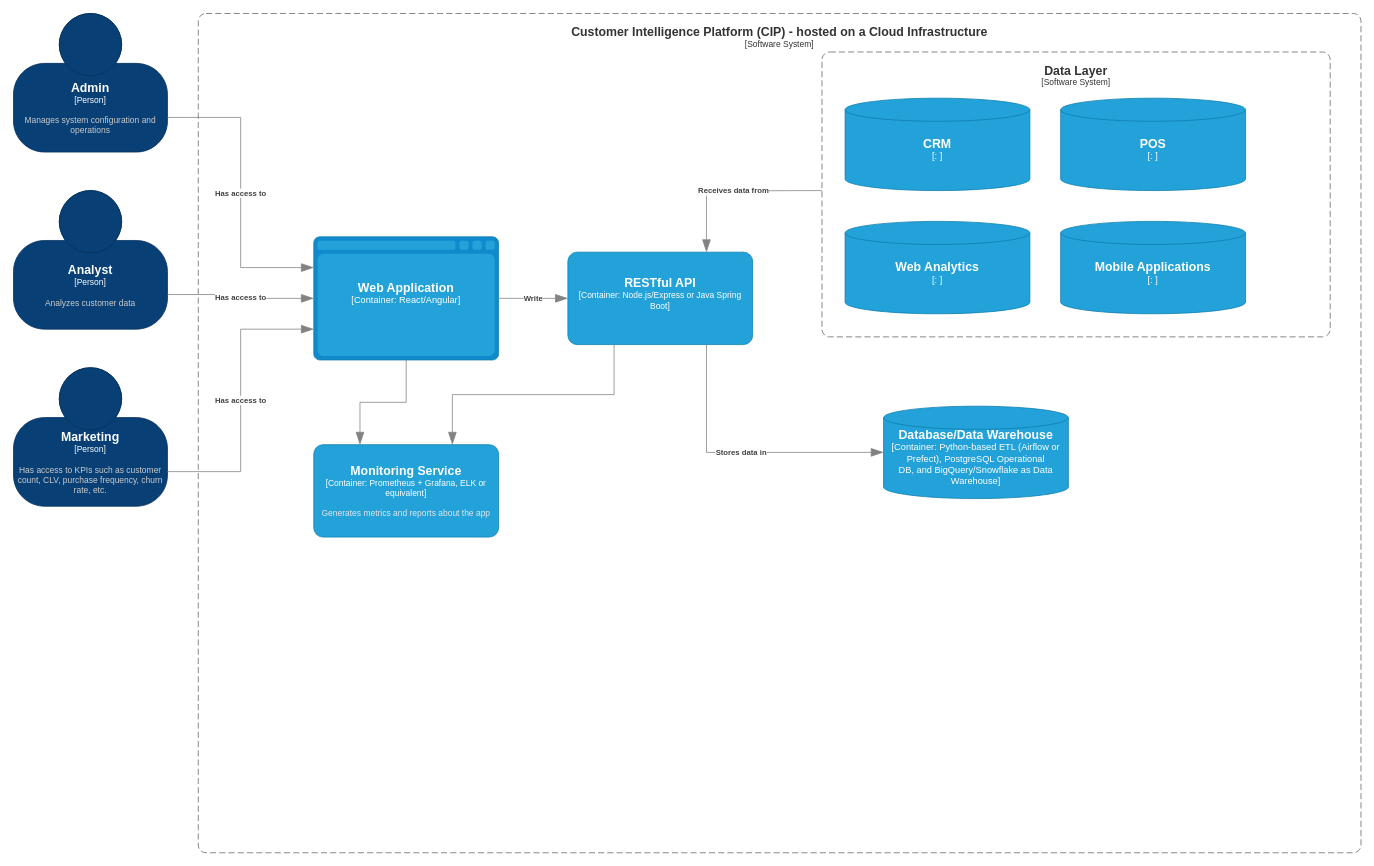
The draw.io diagram page "Container" (2 of 2) of C4Diagrams.drawio in BrassoiCatalin/MockRFP, before the edit. Source tidied: cells renumbered, new cells numbered last; positions are measured from the earlier drawing's top-left corner, leaving out a move shared by most shapes. Both pictures are drawn from the tidied source at 77%, with x=0, y=0 at pixel (13, 13).
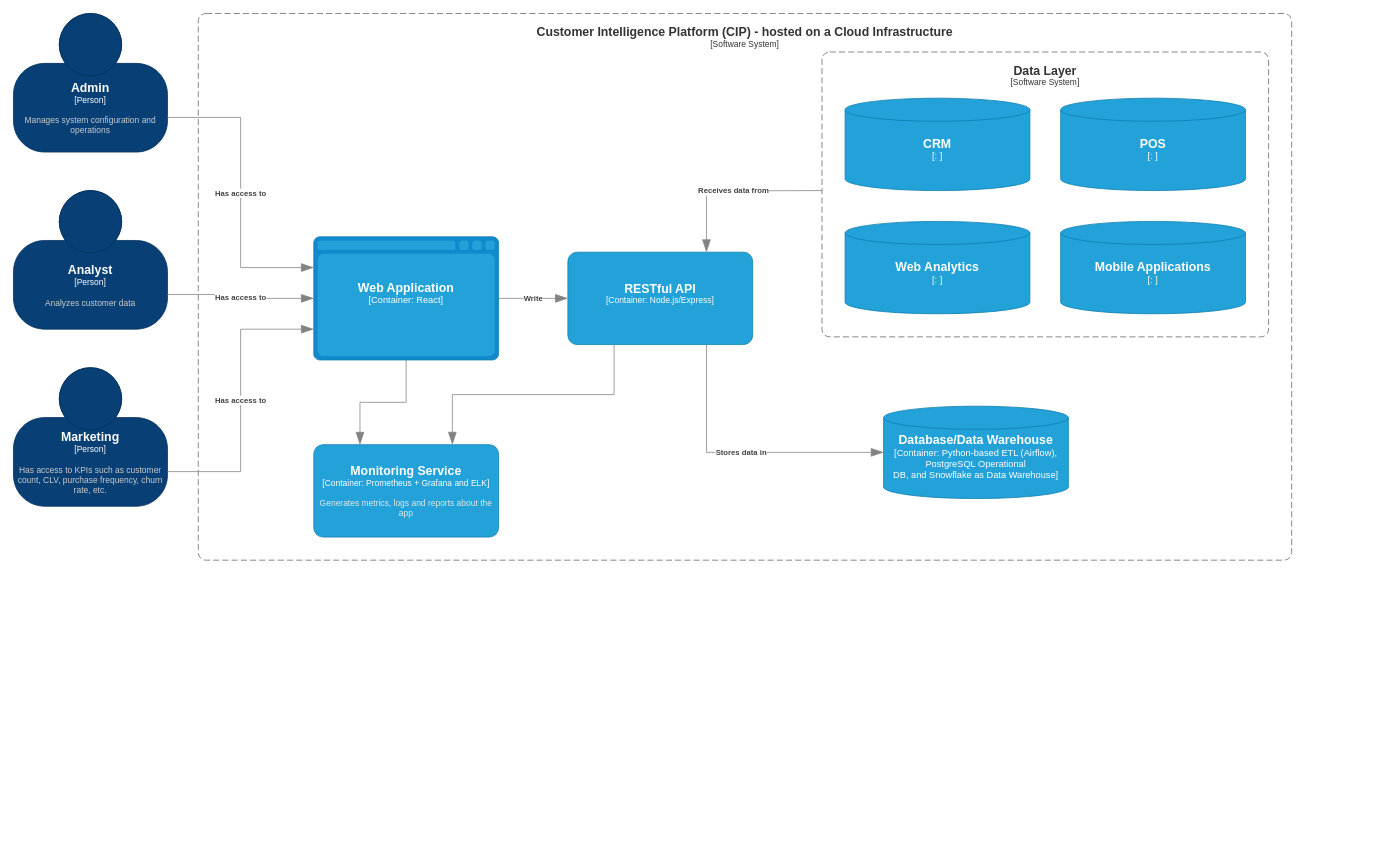
After the change.

What changed in the source:
```diff
@@
     <object id="5" label="&lt;font style=&quot;font-size: 16px&quot;&gt;&lt;b&gt;&lt;div style=&quot;&quot;&gt;%c4Name%&lt;/div&gt;&lt;/b&gt;&lt;/font&gt;&lt;div style=&quot;&quot;&gt;[%c4Application%]&lt;/div&gt;" c4Application="Software System" c4Name="Customer Intelligence Platform (CIP) - hosted on a Cloud Infrastructure" placeholders="1">
       <mxCell style="rounded=1;fontSize=11;whiteSpace=wrap;html=1;dashed=1;arcSize=20;fillColor=none;strokeColor=#666666;fontColor=#333333;labelBackgroundColor=none;align=center;verticalAlign=top;labelBorderColor=none;spacingTop=0;spacing=10;dashPattern=8 4;perimeter=rectanglePerimeter;noLabel=0;labelPadding=0;absoluteArcSize=1;" parent="1" vertex="1">
-        <mxGeometry x="240" width="1510" height="1090" as="geometry" />
+        <mxGeometry x="240" width="1420" height="710" as="geometry" />
       </mxCell>
     </object>
-    <object id="6" label="&lt;font style=&quot;font-size: 16px&quot;&gt;&lt;b&gt;%c4Name%&lt;/b&gt;&lt;/font&gt;&lt;div&gt;[%c4Type%: %c4Technology%]&lt;/div&gt;&lt;br&gt;&lt;div&gt;&lt;font style=&quot;font-size: 11px&quot;&gt;&lt;font color=&quot;#E6E6E6&quot;&gt;%c4Description%&lt;/font&gt;&lt;/div&gt;" c4Description="Generates metrics and reports about the app" c4Name="Monitoring Service" c4Technology="Prometheus + Grafana, ELK or equivalent" c4Type="Container" placeholders="1">
+    <object id="6" label="&lt;font style=&quot;font-size: 16px&quot;&gt;&lt;b&gt;%c4Name%&lt;/b&gt;&lt;/font&gt;&lt;div&gt;[%c4Type%: %c4Technology%]&lt;/div&gt;&lt;br&gt;&lt;div&gt;&lt;font style=&quot;font-size: 11px&quot;&gt;&lt;font color=&quot;#E6E6E6&quot;&gt;%c4Description%&lt;/font&gt;&lt;/div&gt;" c4Description="Generates metrics, logs and reports about the app" c4Name="Monitoring Service" c4Technology="Prometheus + Grafana and ELK" c4Type="Container" placeholders="1">
       <mxCell style="rounded=1;whiteSpace=wrap;html=1;fontSize=11;labelBackgroundColor=none;fillColor=#23A2D9;fontColor=#ffffff;align=center;arcSize=10;strokeColor=#0E7DAD;points=[[0.25,0,0],[0.5,0,0],[0.75,0,0],[1,0.25,0],[1,0.5,0],[1,0.75,0],[0.75,1,0],[0.5,1,0],[0.25,1,0],[0,0.75,0],[0,0.5,0],[0,0.25,0]];" parent="1" vertex="1">
         <mxGeometry x="390" y="560" width="240" height="120" as="geometry" />
       </mxCell>
     </object>
-    <object id="7" label="&lt;font style=&quot;font-size: 16px&quot;&gt;&lt;b&gt;%c4Name%&lt;/b&gt;&lt;/font&gt;&lt;div&gt;[%c4Type%: %c4Technology%]&lt;/div&gt;&lt;br&gt;&lt;div&gt;&lt;font style=&quot;font-size: 11px&quot;&gt;&lt;font color=&quot;#E6E6E6&quot;&gt;%c4Description%&lt;/font&gt;&lt;/div&gt;" c4Description="" c4Name="RESTful API" c4Technology="Node.js/Express or Java Spring Boot" c4Type="Container" placeholders="1">
+    <object id="7" label="&lt;font style=&quot;font-size: 16px&quot;&gt;&lt;b&gt;%c4Name%&lt;/b&gt;&lt;/font&gt;&lt;div&gt;[%c4Type%: %c4Technology%]&lt;/div&gt;&lt;br&gt;&lt;div&gt;&lt;font style=&quot;font-size: 11px&quot;&gt;&lt;font color=&quot;#E6E6E6&quot;&gt;%c4Description%&lt;/font&gt;&lt;/div&gt;" c4Description="" c4Name="RESTful API" c4Technology="Node.js/Express" c4Type="Container" placeholders="1">
       <mxCell style="rounded=1;whiteSpace=wrap;html=1;fontSize=11;labelBackgroundColor=none;fillColor=#23A2D9;fontColor=#ffffff;align=center;arcSize=10;strokeColor=#0E7DAD;points=[[0.25,0,0],[0.5,0,0],[0.75,0,0],[1,0.25,0],[1,0.5,0],[1,0.75,0],[0.75,1,0],[0.5,1,0],[0.25,1,0],[0,0.75,0],[0,0.5,0],[0,0.25,0]];" parent="1" vertex="1">
         <mxGeometry x="720" y="310" width="240" height="120" as="geometry" />
       </mxCell>
     </object>
-    <object id="8" label="&lt;font style=&quot;font-size: 16px&quot;&gt;&lt;b&gt;%c4Name%&lt;/b&gt;&lt;/font&gt;&lt;div&gt;[%c4Type%:&amp;nbsp;%c4Technology%]&lt;/div&gt;&lt;br&gt;&lt;div&gt;&lt;font style=&quot;font-size: 11px&quot;&gt;&lt;font color=&quot;#E6E6E6&quot;&gt;%c4Description%&lt;/font&gt;&lt;/div&gt;" c4Description="" c4Name="Database/Data Warehouse" c4Technology="Python-based ETL (Airflow or Prefect), PostgreSQL Operational &#10;DB, and BigQuery/Snowflake as Data Warehouse" c4Type="Container" placeholders="1">
+    <object id="8" label="&lt;font style=&quot;font-size: 16px&quot;&gt;&lt;b&gt;%c4Name%&lt;/b&gt;&lt;/font&gt;&lt;div&gt;[%c4Type%:&amp;nbsp;%c4Technology%]&lt;/div&gt;&lt;br&gt;&lt;div&gt;&lt;font style=&quot;font-size: 11px&quot;&gt;&lt;font color=&quot;#E6E6E6&quot;&gt;%c4Description%&lt;/font&gt;&lt;/div&gt;" c4Description="" c4Name="Database/Data Warehouse" c4Technology="Python-based ETL (Airflow), PostgreSQL Operational &#10;DB, and Snowflake as Data Warehouse" c4Type="Container" placeholders="1">
       <mxCell style="shape=cylinder3;size=15;whiteSpace=wrap;html=1;boundedLbl=1;rounded=0;labelBackgroundColor=none;fillColor=#23A2D9;fontSize=12;fontColor=#ffffff;align=center;strokeColor=#0E7DAD;points=[[0.5,0,0],[1,0.25,0],[1,0.5,0],[1,0.75,0],[0.5,1,0],[0,0.75,0],[0,0.5,0],[0,0.25,0]];" parent="1" vertex="1">
         <mxGeometry x="1130" y="510" width="240" height="120" as="geometry" />
       </mxCell>
     </object>
     <object id="9" label="&lt;font style=&quot;font-size: 16px&quot;&gt;&lt;b&gt;&lt;div style=&quot;&quot;&gt;%c4Name%&lt;/div&gt;&lt;/b&gt;&lt;/font&gt;&lt;div style=&quot;&quot;&gt;[%c4Application%]&lt;/div&gt;" c4Application="Software System" c4Name="Data Layer" placeholders="1">
       <mxCell style="rounded=1;fontSize=11;whiteSpace=wrap;html=1;dashed=1;arcSize=20;fillColor=none;strokeColor=#666666;fontColor=#333333;labelBackgroundColor=none;align=center;verticalAlign=top;labelBorderColor=none;spacingTop=0;spacing=10;dashPattern=8 4;perimeter=rectanglePerimeter;noLabel=0;labelPadding=0;absoluteArcSize=1;" parent="1" vertex="1">
-        <mxGeometry x="1050" y="50" width="660" height="370" as="geometry" />
+        <mxGeometry x="1050" y="50" width="580" height="370" as="geometry" />
       </mxCell>
     </object>
@@
-    <object id="14" label="&lt;font style=&quot;font-size: 16px&quot;&gt;&lt;b&gt;%c4Name%&lt;/b&gt;&lt;/font&gt;&lt;div&gt;[%c4Type%:&amp;nbsp;%c4Technology%]&lt;/div&gt;&lt;br&gt;&lt;div&gt;&lt;font style=&quot;font-size: 11px&quot;&gt;&lt;font color=&quot;#E6E6E6&quot;&gt;%c4Description%&lt;/font&gt;&lt;/div&gt;" c4Description="" c4Name="Web Application" c4Technology="React/Angular" c4Type="Container" placeholders="1">
+    <object id="14" label="&lt;font style=&quot;font-size: 16px&quot;&gt;&lt;b&gt;%c4Name%&lt;/b&gt;&lt;/font&gt;&lt;div&gt;[%c4Type%:&amp;nbsp;%c4Technology%]&lt;/div&gt;&lt;br&gt;&lt;div&gt;&lt;font style=&quot;font-size: 11px&quot;&gt;&lt;font color=&quot;#E6E6E6&quot;&gt;%c4Description%&lt;/font&gt;&lt;/div&gt;" c4Description="" c4Name="Web Application" c4Technology="React" c4Type="Container" placeholders="1">
       <mxCell style="shape=mxgraph.c4.webBrowserContainer2;whiteSpace=wrap;html=1;boundedLbl=1;rounded=0;labelBackgroundColor=none;strokeColor=#118ACD;fillColor=#23A2D9;strokeColor=#118ACD;strokeColor2=#0E7DAD;fontSize=12;fontColor=#ffffff;align=center;points=[[0.5,0,0],[1,0.25,0],[1,0.5,0],[1,0.75,0],[0.5,1,0],[0,0.75,0],[0,0.5,0],[0,0.25,0]];" parent="1" vertex="1">
         <mxGeometry x="390" y="290" width="240" height="160" as="geometry" />
       </mxCell>
     </object>
```
